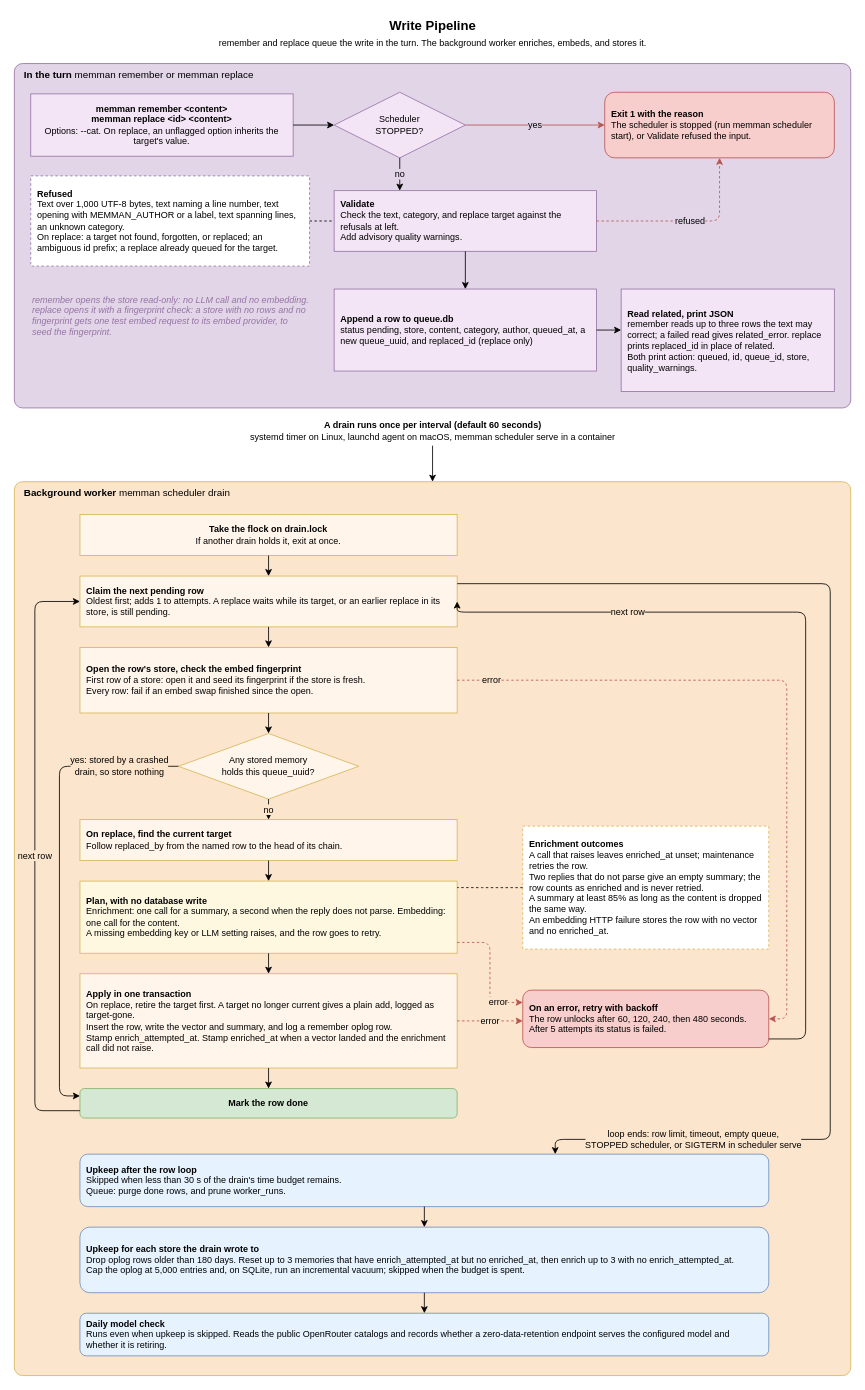
Earlier version of the draw.io diagram docs/diagrams/04-remember-pipeline.drawio (bissli/memman). Source tidied: cells renumbered, new cells numbered last; positions are measured from the earlier drawing's top-left corner, leaving out a move shared by most shapes. Both pictures are drawn from the tidied source at 82%, with x=0, y=0 at pixel (14, 14).
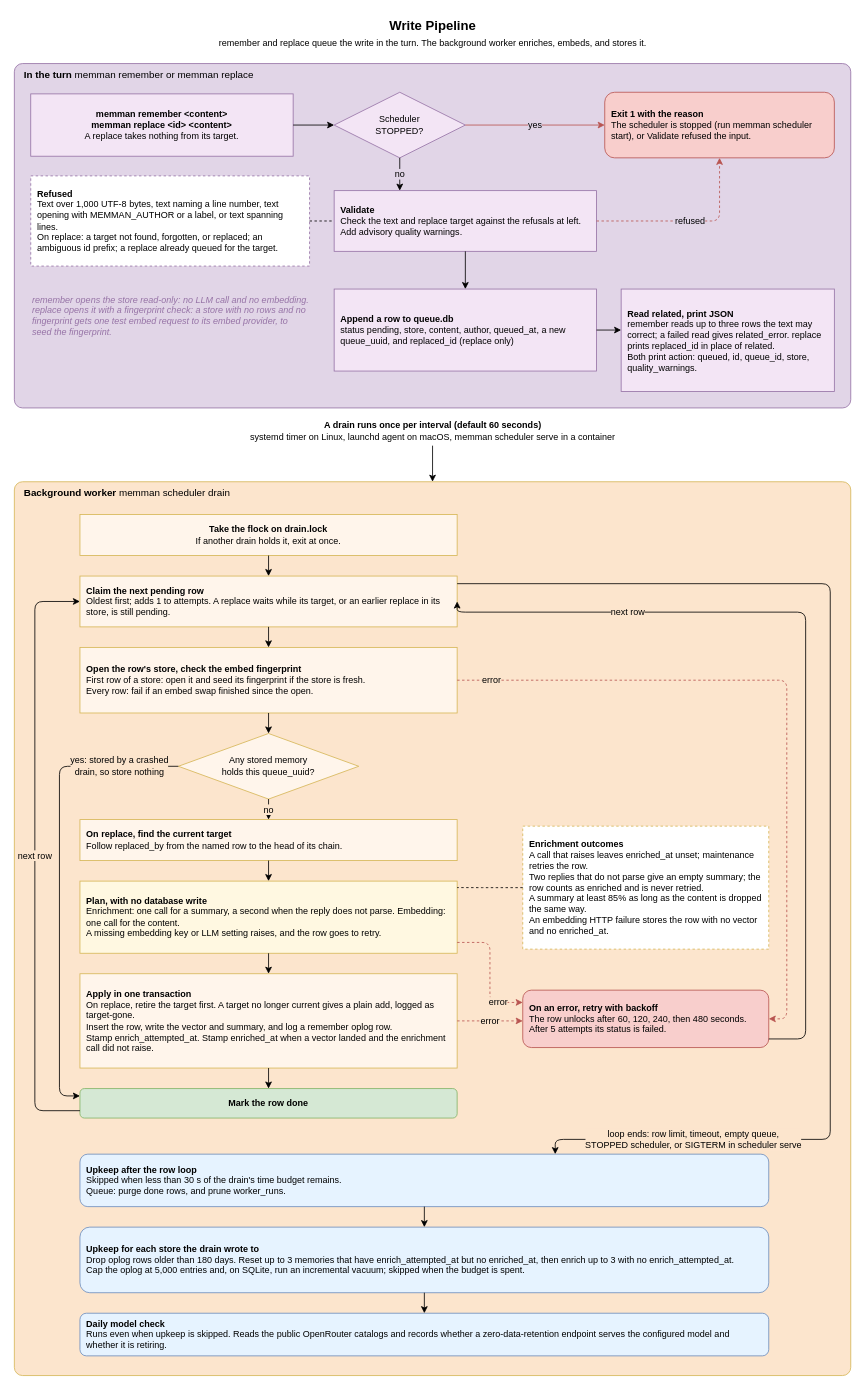
Above is the later version.

What changed in the source:
```diff
@@
-    <mxCell id="4" value="&lt;b&gt;memman remember &amp;lt;content&amp;gt;&lt;br&gt;memman replace &amp;lt;id&amp;gt; &amp;lt;content&amp;gt;&lt;/b&gt;&lt;br&gt;Options: --cat. On replace, an unflagged option inherits the target's value." style="rounded=0;whiteSpace=wrap;html=1;fillColor=#F3E5F5;strokeColor=#9673a6;fontSize=11;align=center;spacingLeft=6;spacingRight=6;" parent="1" vertex="1">
+    <mxCell id="4" value="&lt;b&gt;memman remember &amp;lt;content&amp;gt;&lt;br&gt;memman replace &amp;lt;id&amp;gt; &amp;lt;content&amp;gt;&lt;/b&gt;&lt;br&gt;A replace takes nothing from its target." style="rounded=0;whiteSpace=wrap;html=1;fillColor=#F3E5F5;strokeColor=#9673a6;fontSize=11;align=center;spacingLeft=6;spacingRight=6;" parent="1" vertex="1">
       <mxGeometry x="20" y="97" width="320" height="76" as="geometry" />
     </mxCell>
@@
-    <mxCell id="7" value="&lt;b&gt;Validate&lt;/b&gt;&lt;br&gt;Check the text, category, and replace target against the refusals at left.&lt;br&gt;Add advisory quality warnings." style="rounded=0;whiteSpace=wrap;html=1;fillColor=#F3E5F5;strokeColor=#9673a6;fontSize=11;align=left;spacingLeft=6;spacingRight=6;" parent="1" vertex="1">
+    <mxCell id="7" value="&lt;b&gt;Validate&lt;/b&gt;&lt;br&gt;Check the text and replace target against the refusals at left.&lt;br&gt;Add advisory quality warnings." style="rounded=0;whiteSpace=wrap;html=1;fillColor=#F3E5F5;strokeColor=#9673a6;fontSize=11;align=left;spacingLeft=6;spacingRight=6;" parent="1" vertex="1">
       <mxGeometry x="390" y="215" width="320" height="74" as="geometry" />
     </mxCell>
-    <mxCell id="8" value="&lt;b&gt;Refused&lt;/b&gt;&lt;br&gt;Text over 1,000 UTF-8 bytes, text naming a line number, text opening with MEMMAN_AUTHOR or a label, text spanning lines, an unknown category.&lt;br&gt;On replace: a target not found, forgotten, or replaced; an ambiguous id prefix; a replace already queued for the target." style="rounded=0;whiteSpace=wrap;html=1;fillColor=#ffffff;strokeColor=#9673a6;fontSize=11;align=left;spacingLeft=6;spacingRight=6;dashed=1;" parent="1" vertex="1">
+    <mxCell id="8" value="&lt;b&gt;Refused&lt;/b&gt;&lt;br&gt;Text over 1,000 UTF-8 bytes, text naming a line number, text opening with MEMMAN_AUTHOR or a label, or text spanning lines.&lt;br&gt;On replace: a target not found, forgotten, or replaced; an ambiguous id prefix; a replace already queued for the target." style="rounded=0;whiteSpace=wrap;html=1;fillColor=#ffffff;strokeColor=#9673a6;fontSize=11;align=left;spacingLeft=6;spacingRight=6;dashed=1;" parent="1" vertex="1">
       <mxGeometry x="20" y="197" width="340" height="110" as="geometry" />
     </mxCell>
-    <mxCell id="9" value="&lt;b&gt;Append a row to queue.db&lt;/b&gt;&lt;br&gt;status pending, store, content, category, author, queued_at, a new queue_uuid, and replaced_id (replace only)" style="rounded=0;whiteSpace=wrap;html=1;fillColor=#F3E5F5;strokeColor=#9673a6;fontSize=11;align=left;spacingLeft=6;spacingRight=6;" parent="1" vertex="1">
+    <mxCell id="9" value="&lt;b&gt;Append a row to queue.db&lt;/b&gt;&lt;br&gt;status pending, store, content, author, queued_at, a new queue_uuid, and replaced_id (replace only)" style="rounded=0;whiteSpace=wrap;html=1;fillColor=#F3E5F5;strokeColor=#9673a6;fontSize=11;align=left;spacingLeft=6;spacingRight=6;" parent="1" vertex="1">
       <mxGeometry x="390" y="335" width="320" height="100" as="geometry" />
     </mxCell>
```
